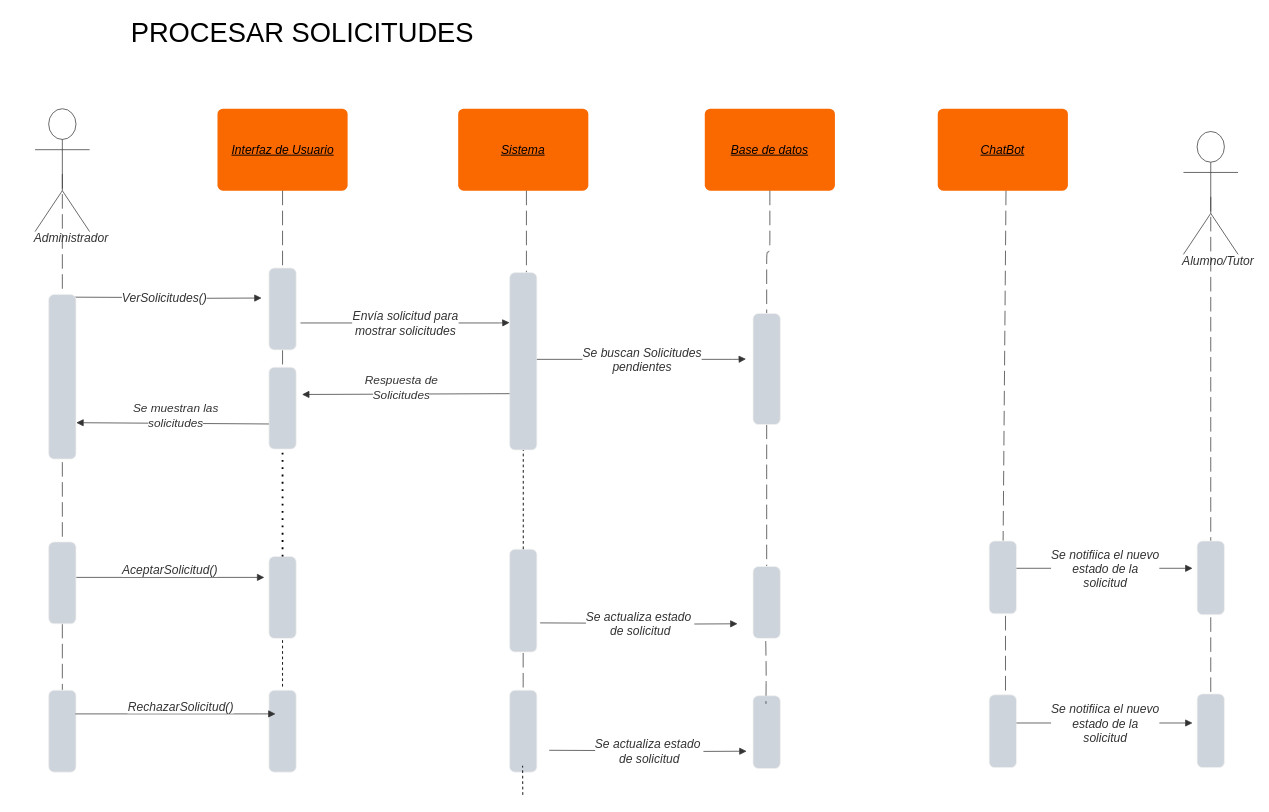
The draw.io diagram page "procesar_solicitudes" (12 of 12) of diagrama_secuencia.drawio in TP-SE1/TP_SOS-UC, before the edit. Source tidied: cells renumbered, new cells numbered last; positions are measured from the earlier drawing's top-left corner, leaving out a move shared by most shapes. Both pictures are drawn from the tidied source at 91%, with x=0, y=0 at pixel (35, 18).
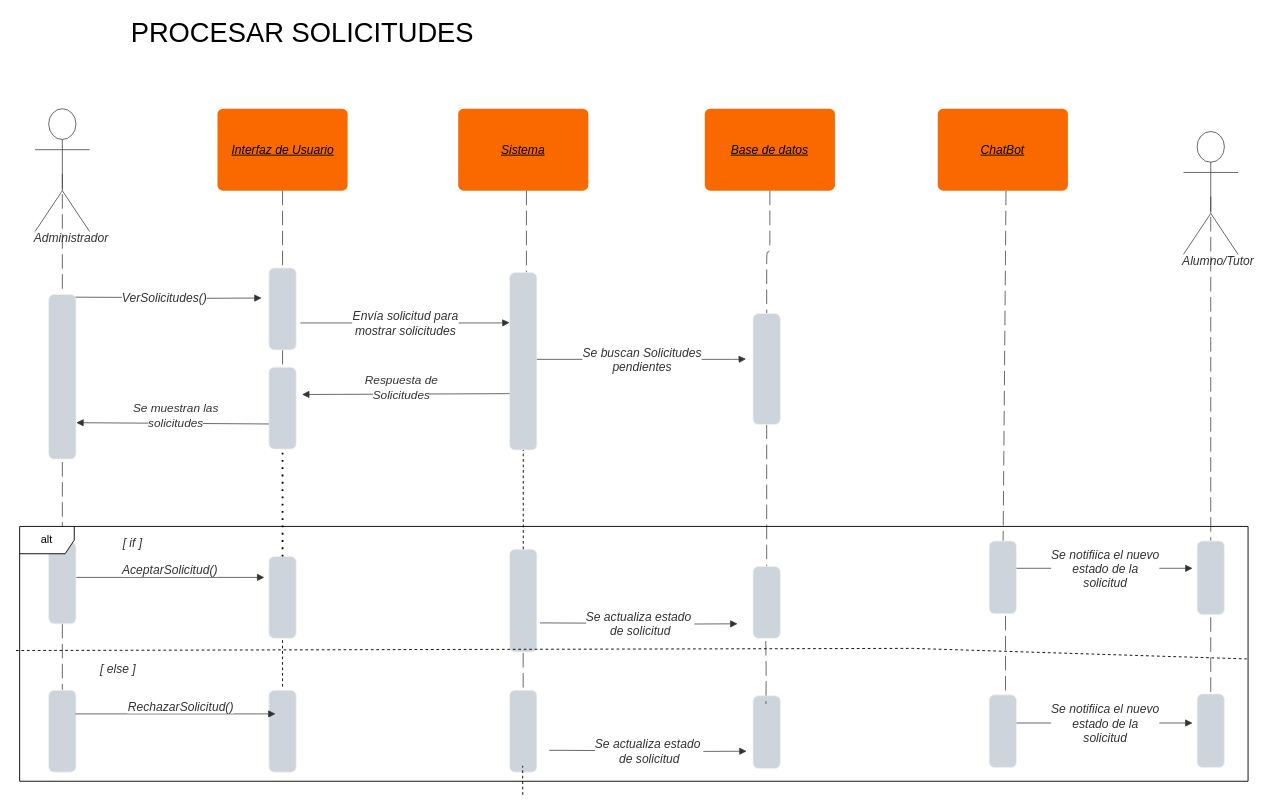
The same diagram, later.

Change to the diagram source:
```diff
@@
+    <mxCell id="66" value="[ if ]" style="text;html=1;labelBackgroundColor=default;align=center;verticalAlign=middle;fontStyle=2;fontColor=#333333;fontSize=13.3;" parent="1" vertex="1">
+      <mxGeometry x="106.2" y="575" as="geometry" />
+    </mxCell>
+    <mxCell id="67" style="edgeStyle=orthogonalEdgeStyle;rounded=0;jettySize=auto;html=1;exitX=0;exitY=0;exitDx=0;exitDy=0;" parent="1" edge="1" source="68" target="69">
+      <mxGeometry relative="1" as="geometry" />
+    </mxCell>
+    <mxCell id="68" value="[ else ]" style="text;html=1;labelBackgroundColor=default;align=center;verticalAlign=middle;fontStyle=2;fontColor=#333333;fontSize=13.3;" parent="1" vertex="1">
+      <mxGeometry x="90.3" y="714" as="geometry" />
+    </mxCell>
+    <mxCell id="69" value="alt" style="shape=umlFrame;whiteSpace=wrap;html=1;" parent="1" vertex="1">
+      <mxGeometry x="-16.9" y="558" width="1349.9" height="280" as="geometry" />
+    </mxCell>
+    <mxCell id="70" style="endArrow=none;dashed=1;html=1;rounded=0;exitX=-0.003;exitY=0.487;exitDx=0;exitDy=0;exitPerimeter=0;entryX=0.999;entryY=0.52;entryDx=0;entryDy=0;entryPerimeter=0;" parent="1" edge="1" source="69" target="69">
+      <mxGeometry relative="1" as="geometry">
+        <Array as="points">
+          <mxPoint x="964.1" y="692" />
+        </Array>
+      </mxGeometry>
+    </mxCell>
```
